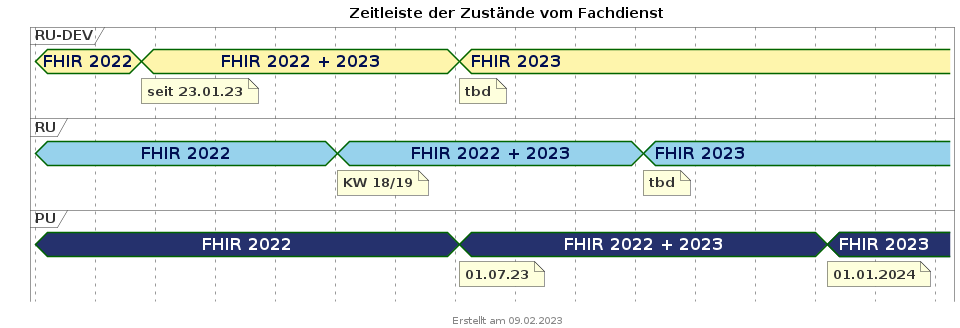
The PlantUML diagram images/puml_fd_zustaende_timeline.png in gematik/api-erp, before a commit.
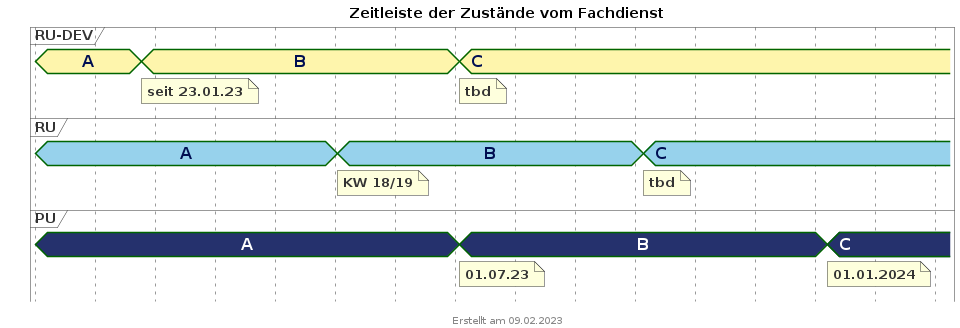
After the commit.

The edit, as a diff of the source:
```diff
@@ -37,31 +37,31 @@
 hide time-axis
 
 @2022/12/01
-RUDEV is "FHIR 2022"
-RU is "FHIR 2022"
-PU is "FHIR 2022"
+RUDEV is "A"
+RU is "A"
+PU is "A"
 
 @2023/01/23
-RUDEV is "FHIR 2022 + 2023"
+RUDEV is "B"
 note bottom of RUDEV : seit 23.01.23
 
 @2023/05/01
-RU is "FHIR 2022 + 2023"
+RU is "B"
 note bottom of RU : KW 18/19
 
 @2023/07/01
-PU is "FHIR 2022 + 2023"
+PU is "B"
 note bottom of PU : 01.07.23
-RUDEV is "FHIR 2023"
+RUDEV is "C"
 note bottom of RUDEV : tbd
 
 @2023/10/01
-RU is "FHIR 2023"
+RU is "C"
 note bottom of RU : tbd
 
 
 @2024/01/01
-PU is "FHIR 2023"
+PU is "C"
 note bottom of PU : 01.01.2024
 
 @2024/02/01
```
